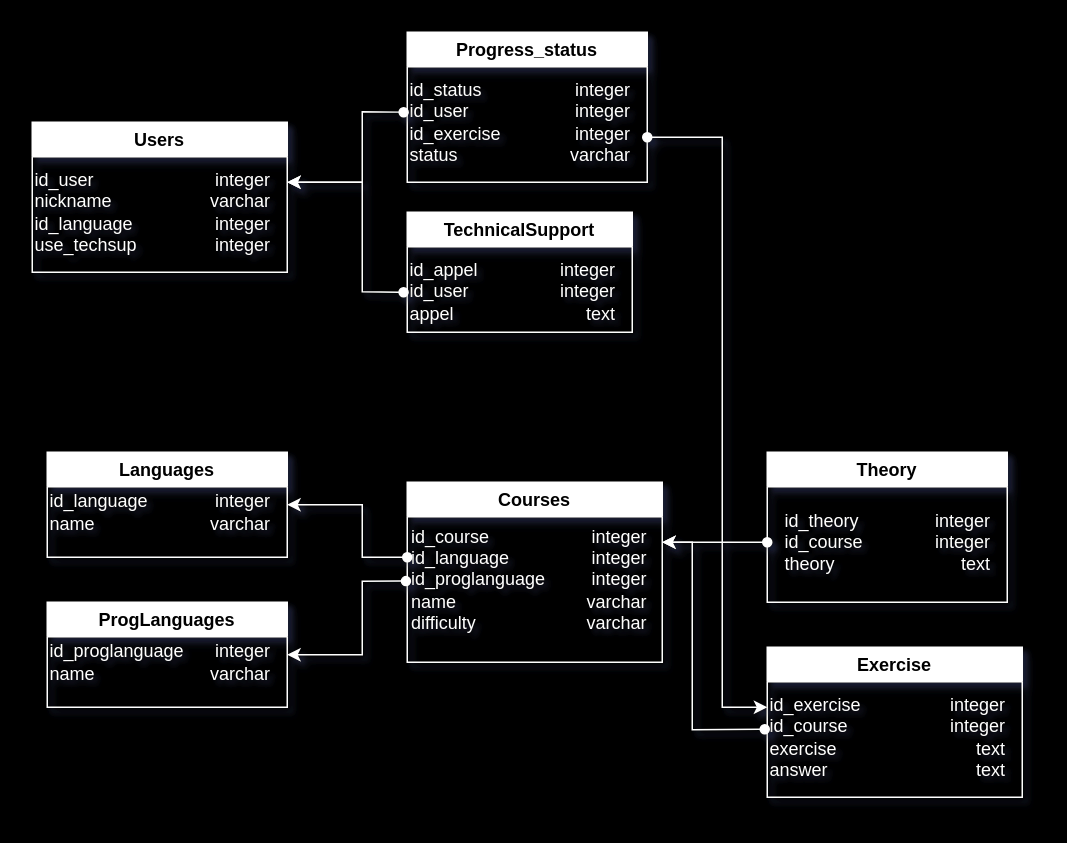
Earlier version of the draw.io diagram 321.drawio (13lyvnyv/TgBot-ProgEd). Source tidied: cells renumbered, new cells numbered last; positions are measured from the earlier drawing's top-left corner, leaving out a move shared by most shapes. Both pictures are drawn from the tidied source at 150%, with x=0, y=0 at pixel (32, 32).
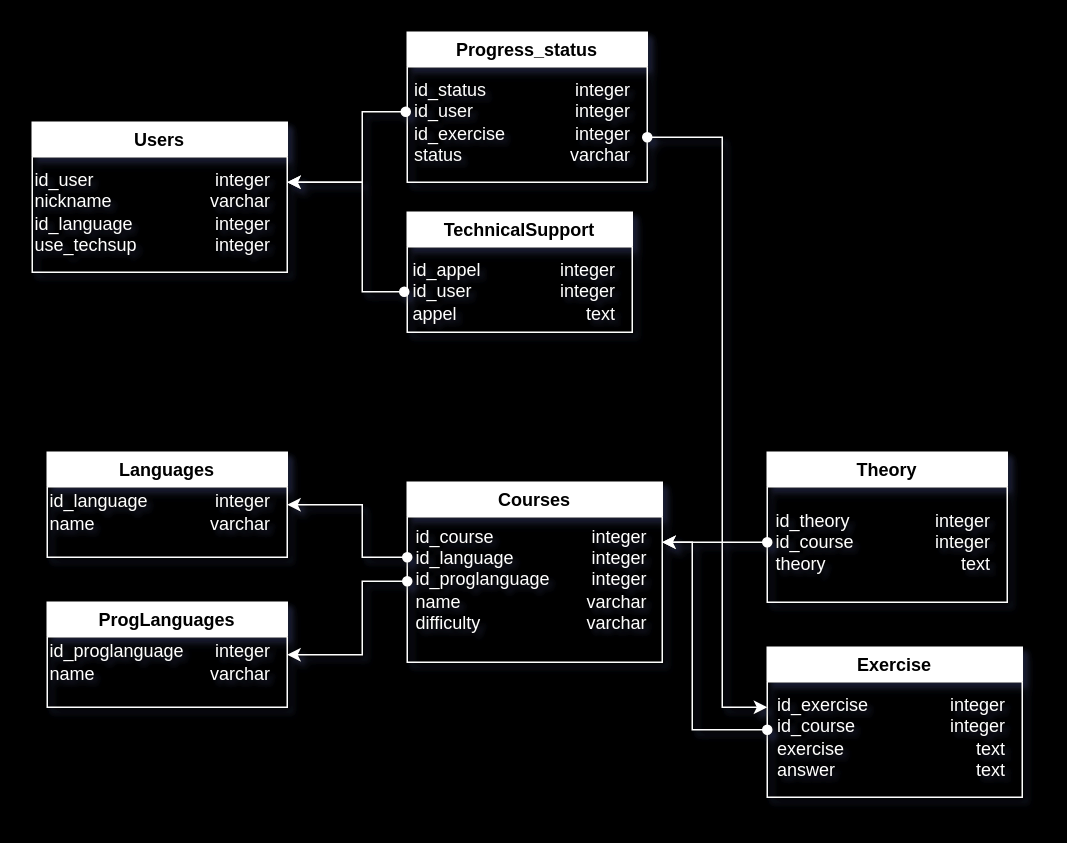
After the change.

The change refers to these unchanged cells:
```xml
<mxCell id="2" value="Progress_status" style="swimlane;whiteSpace=wrap;html=1;strokeColor=#FFFFFF;fontColor=default;shadow=1;" parent="1" vertex="1">
  <mxGeometry x="250" width="160" height="100" as="geometry" />
</mxCell>
<mxCell id="8" value="Exercise" style="swimlane;whiteSpace=wrap;html=1;strokeColor=#FFFFFF;fontColor=default;shadow=1;" parent="1" vertex="1">
  <mxGeometry x="490" y="410" width="170" height="100" as="geometry" />
</mxCell>
<mxCell id="11" value="Courses" style="swimlane;whiteSpace=wrap;html=1;strokeColor=#FFFFFF;fontColor=#000000;shadow=1;" parent="1" vertex="1">
  <mxGeometry x="250" y="300" width="170" height="120" as="geometry" />
</mxCell>
<mxCell id="14" value="TechnicalSupport" style="swimlane;whiteSpace=wrap;html=1;strokeColor=#FFFFFF;fontColor=#000000;shadow=1;" parent="1" vertex="1">
  <mxGeometry x="250" y="120" width="150" height="80" as="geometry" />
</mxCell>
<mxCell id="20" value="Theory" style="swimlane;whiteSpace=wrap;html=1;align=center;strokeColor=#FFFFFF;fontColor=#000000;shadow=1;" parent="1" vertex="1">
  <mxGeometry x="490" y="280" width="160" height="100" as="geometry" />
</mxCell>
<mxCell id="23" value="ProgLanguages" style="swimlane;whiteSpace=wrap;html=1;strokeColor=#FFFFFF;fontColor=#000000;shadow=1;" parent="1" vertex="1">
  <mxGeometry x="10" y="380" width="160" height="70" as="geometry" />
</mxCell>
```

The edit, as a diff of the source:
```diff
@@
     <mxCell id="3" value="id_status&lt;br&gt;id_user&lt;br&gt;id_exercise&lt;br&gt;status" style="text;html=1;align=left;verticalAlign=middle;points=[];strokeColor=none;fillColor=none;fontColor=#FFFFFF;shadow=1;" parent="2" vertex="1">
-      <mxGeometry y="25" width="80" height="70" as="geometry" />
+      <mxGeometry x="3" y="25" width="80" height="70" as="geometry" />
     </mxCell>
@@
     <mxCell id="9" value="id_exercise&lt;br&gt;id_course&lt;br&gt;exercise&lt;br&gt;answer" style="text;html=1;align=left;verticalAlign=middle;points=[];strokeColor=none;fillColor=none;fontColor=#FFFFFF;shadow=1;" parent="8" vertex="1">
-      <mxGeometry y="25" width="80" height="70" as="geometry" />
+      <mxGeometry x="5" y="25" width="80" height="70" as="geometry" />
     </mxCell>
@@
     <mxCell id="12" value="id_course&lt;br&gt;id_language&lt;br&gt;id_proglanguage&lt;br&gt;name&lt;br&gt;difficulty" style="text;html=1;align=left;verticalAlign=middle;points=[];strokeColor=none;fillColor=none;fontColor=#FFFFFF;shadow=1;" parent="11" vertex="1">
-      <mxGeometry x="1" y="20" width="110" height="90" as="geometry" />
+      <mxGeometry x="4" y="20" width="110" height="90" as="geometry" />
     </mxCell>
@@
     <mxCell id="15" value="id_appel&lt;br&gt;id_user&lt;br&gt;appel" style="text;html=1;align=left;verticalAlign=middle;points=[];strokeColor=none;fillColor=none;fontColor=#FFFFFF;shadow=1;" parent="14" vertex="1">
-      <mxGeometry y="23" width="70" height="60" as="geometry" />
+      <mxGeometry x="2" y="23" width="70" height="60" as="geometry" />
     </mxCell>
@@
     <mxCell id="21" value="id_theory&lt;br&gt;id_course&lt;br&gt;theory" style="text;html=1;align=left;verticalAlign=middle;strokeColor=none;fillColor=none;fontColor=#FFFFFF;shadow=1;" parent="20" vertex="1">
-      <mxGeometry x="10" y="30" width="80" height="60" as="geometry" />
+      <mxGeometry x="4" y="30" width="80" height="60" as="geometry" />
     </mxCell>
@@
-    <mxCell id="26" style="endArrow=classic;html=1;rounded=0;exitX=-0.03;exitY=0.404;exitDx=0;exitDy=0;exitPerimeter=0;startArrow=oval;startFill=1;strokeColor=#FFFFFF;fontColor=#FFFFFF;shadow=1;" parent="1" edge="1" source="3">
+    <mxCell id="26" style="endArrow=classic;html=1;rounded=0;startArrow=oval;startFill=1;strokeColor=#FFFFFF;fontColor=#FFFFFF;shadow=1;" parent="1" edge="1">
       <mxGeometry relative="1" as="geometry">
+        <mxPoint x="249" y="53" as="sourcePoint" />
         <mxPoint x="170" y="100" as="targetPoint" />
         <Array as="points">
           <mxPoint x="220" y="53" />
           <mxPoint x="220" y="100" />
         </Array>
       </mxGeometry>
     </mxCell>
-    <mxCell id="27" style="endArrow=classic;html=1;rounded=0;exitX=-0.035;exitY=0.505;exitDx=0;exitDy=0;exitPerimeter=0;startArrow=oval;startFill=1;strokeColor=#FFFFFF;fontColor=#FFFFFF;shadow=1;" parent="1" edge="1" source="15">
+    <mxCell id="27" style="endArrow=classic;html=1;rounded=0;startArrow=oval;startFill=1;strokeColor=#FFFFFF;fontColor=#FFFFFF;shadow=1;" parent="1" edge="1">
       <mxGeometry relative="1" as="geometry">
+        <mxPoint x="248" y="173" as="sourcePoint" />
         <mxPoint x="170" y="100" as="targetPoint" />
         <Array as="points">
           <mxPoint x="220" y="173" />
           <mxPoint x="220" y="100" />
         </Array>
       </mxGeometry>
     </mxCell>
@@
-    <mxCell id="30" style="endArrow=classic;html=1;rounded=0;exitX=-0.021;exitY=0.423;exitDx=0;exitDy=0;exitPerimeter=0;startArrow=oval;startFill=1;strokeColor=#FFFFFF;fontColor=#FFFFFF;shadow=1;" parent="1" edge="1" source="9">
+    <mxCell id="30" style="endArrow=classic;html=1;rounded=0;startArrow=oval;startFill=1;strokeColor=#FFFFFF;fontColor=#FFFFFF;shadow=1;" parent="1" edge="1">
       <mxGeometry relative="1" as="geometry">
+        <mxPoint x="490" y="465" as="sourcePoint" />
         <mxPoint x="420" y="340" as="targetPoint" />
         <Array as="points">
           <mxPoint x="440" y="465" />
           <mxPoint x="440" y="340" />
         </Array>
       </mxGeometry>
     </mxCell>
@@
-    <mxCell id="32" style="endArrow=classic;html=1;rounded=0;exitX=-0.017;exitY=0.51;exitDx=0;exitDy=0;exitPerimeter=0;entryX=1;entryY=0.5;entryDx=0;entryDy=0;startArrow=oval;startFill=1;strokeColor=#FFFFFF;fontColor=#FFFFFF;shadow=1;" parent="1" edge="1" source="12" target="23">
+    <mxCell id="32" style="endArrow=classic;html=1;rounded=0;entryX=1;entryY=0.5;entryDx=0;entryDy=0;startArrow=oval;startFill=1;strokeColor=#FFFFFF;fontColor=#FFFFFF;shadow=1;" parent="1" edge="1" target="23">
       <mxGeometry relative="1" as="geometry">
+        <mxPoint x="250" y="366" as="sourcePoint" />
         <Array as="points">
           <mxPoint x="220" y="366" />
           <mxPoint x="220" y="415" />
         </Array>
       </mxGeometry>
     </mxCell>
```
